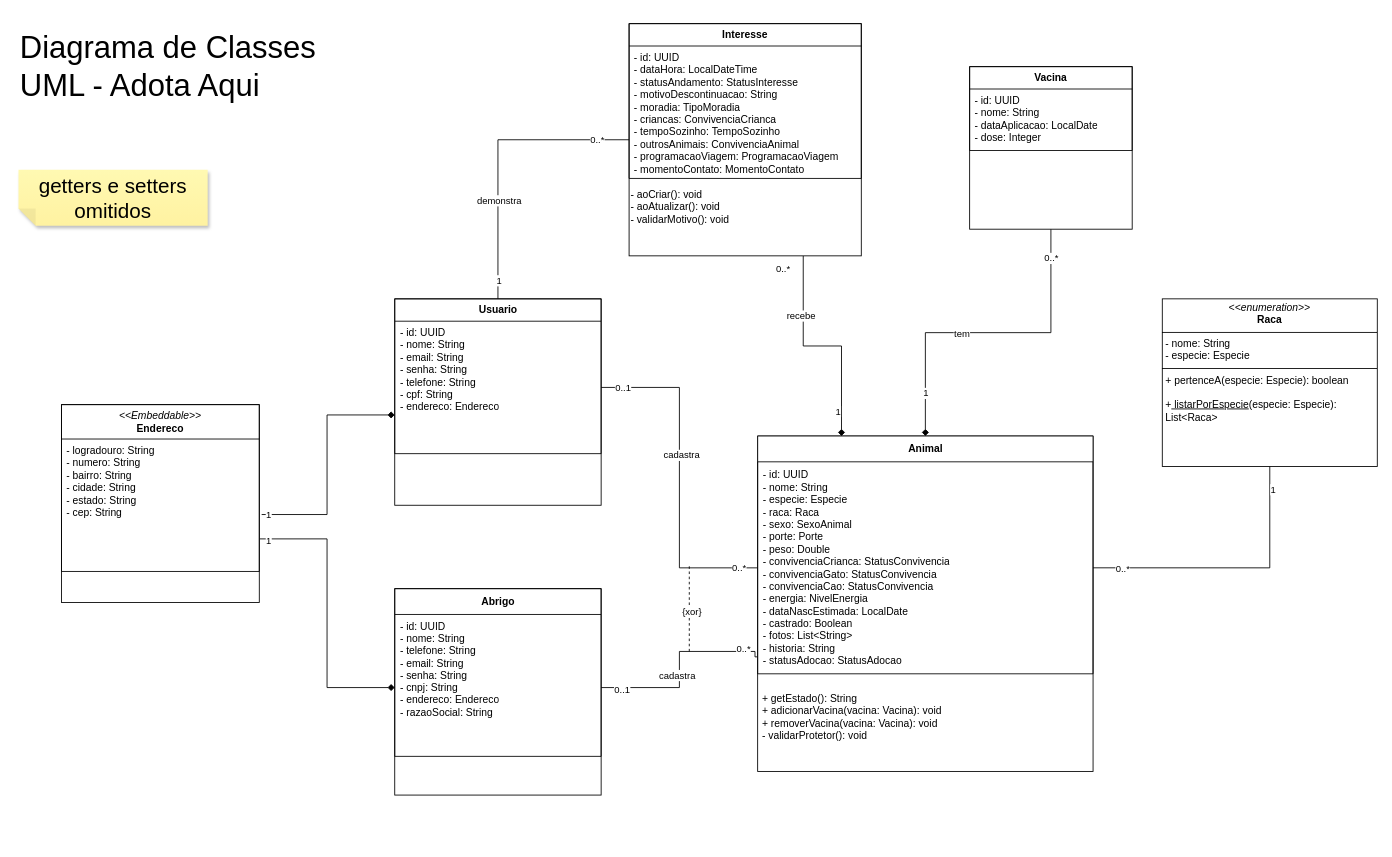
Earlier version of the draw.io diagram page "Diagrama de Classes UML" (1 of 2) of docs/diagramas/diagrama-de-classes-metodos.drawio (HayrineQueirozdeLima/Adota-Aqui). Source tidied: cells renumbered, new cells numbered last; positions are measured from the earlier drawing's top-left corner, leaving out a move shared by most shapes. Both pictures are drawn from the tidied source at 86%, with x=0, y=0 at pixel (18, 15).
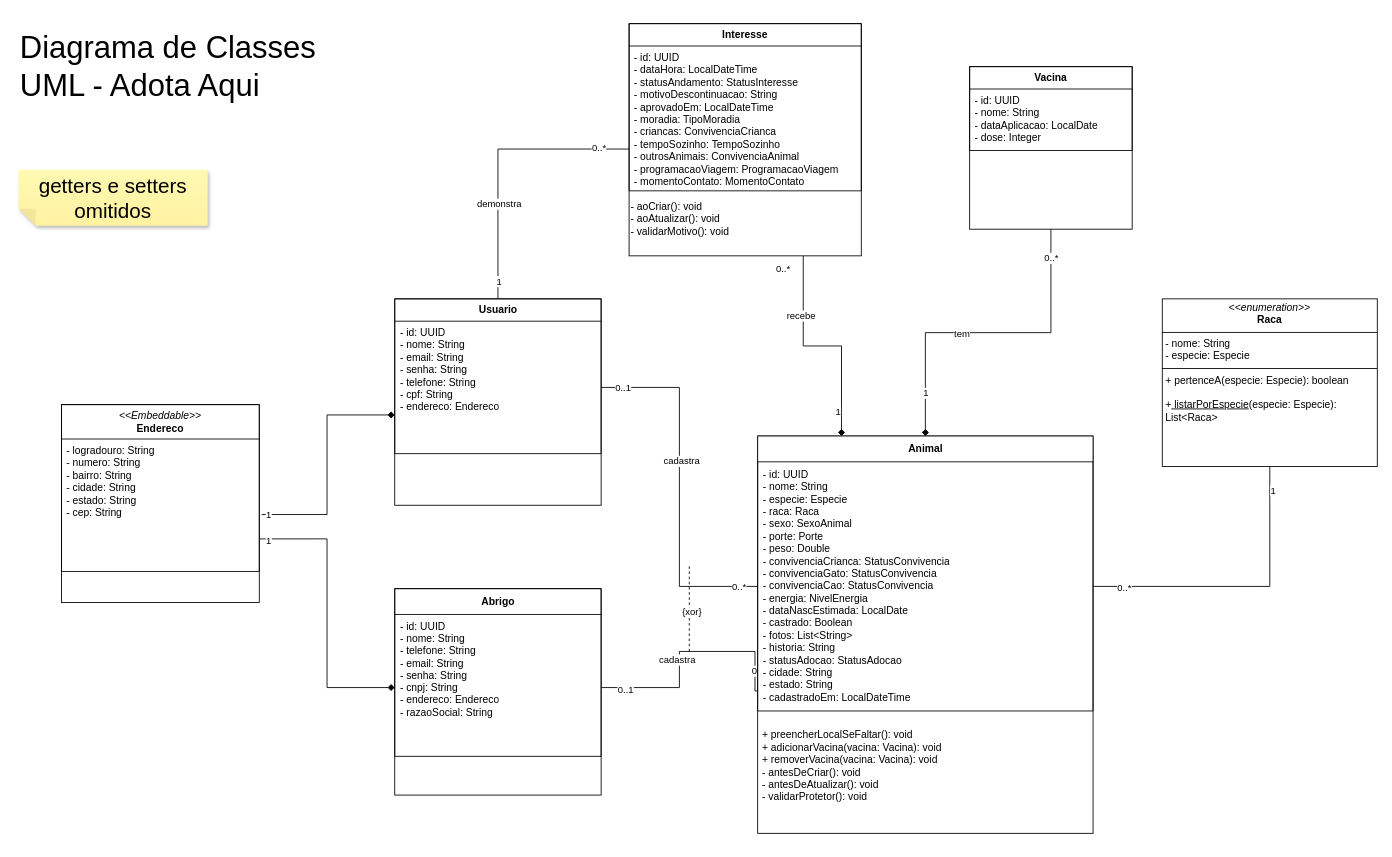
After the change.

Commit message (it also covers changes not shown here):
docs: ERS, casos de uso e diagramas com o local do animal, e as ideias do tutor no fora do escopo

The edit, as a diff of the source:
```diff
@@
     <mxCell id="11" value="&lt;b&gt;Interesse&lt;/b&gt;" style="swimlane;fontStyle=0;horizontal=1;startSize=26;fillColor=none;whiteSpace=wrap;html=1;" parent="1" vertex="1">
-      <mxGeometry x="710" y="10" width="270" height="180" as="geometry" />
+      <mxGeometry x="710" y="10" width="270" height="194.4" as="geometry" />
     </mxCell>
-    <mxCell id="12" value="&lt;div&gt;- id: UUID&lt;/div&gt;&lt;div&gt;- dataHora: LocalDateTime&lt;/div&gt;&lt;div&gt;- statusAndamento: StatusInteresse&lt;/div&gt;&lt;div&gt;- motivoDescontinuacao: String&lt;/div&gt;&lt;div&gt;- moradia: TipoMoradia&lt;/div&gt;&lt;div&gt;- criancas: ConvivenciaCrianca&lt;/div&gt;&lt;div&gt;- tempoSozinho: TempoSozinho&lt;/div&gt;&lt;div&gt;- outrosAnimais: ConvivenciaAnimal&lt;/div&gt;&lt;div&gt;- programacaoViagem: ProgramacaoViagem&lt;/div&gt;&lt;div&gt;- momentoContato: MomentoContato&lt;/div&gt;" style="text;strokeColor=none;fillColor=none;align=left;verticalAlign=top;spacingLeft=4;spacingRight=4;overflow=hidden;whiteSpace=wrap;html=1;" parent="11" vertex="1">
-      <mxGeometry y="26" width="270" height="154" as="geometry" />
+    <mxCell id="12" value="&lt;div&gt;- id: UUID&lt;/div&gt;&lt;div&gt;- dataHora: LocalDateTime&lt;/div&gt;&lt;div&gt;- statusAndamento: StatusInteresse&lt;/div&gt;&lt;div&gt;- motivoDescontinuacao: String&lt;/div&gt;&lt;div&gt;- aprovadoEm: LocalDateTime&lt;/div&gt;&lt;div&gt;- moradia: TipoMoradia&lt;/div&gt;&lt;div&gt;- criancas: ConvivenciaCrianca&lt;/div&gt;&lt;div&gt;- tempoSozinho: TempoSozinho&lt;/div&gt;&lt;div&gt;- outrosAnimais: ConvivenciaAnimal&lt;/div&gt;&lt;div&gt;- programacaoViagem: ProgramacaoViagem&lt;/div&gt;&lt;div&gt;- momentoContato: MomentoContato&lt;/div&gt;" style="text;strokeColor=none;fillColor=none;align=left;verticalAlign=top;spacingLeft=4;spacingRight=4;overflow=hidden;whiteSpace=wrap;html=1;" parent="11" vertex="1">
+      <mxGeometry y="26" width="270" height="168.4" as="geometry" />
     </mxCell>
     <mxCell id="13" value="&lt;div&gt;- aoCriar(): void&lt;/div&gt;&lt;div&gt;- aoAtualizar(): void&lt;/div&gt;&lt;div&gt;- validarMotivo(): void&lt;/div&gt;" style="text;html=1;whiteSpace=wrap;strokeColor=none;fillColor=none;align=left;verticalAlign=middle;rounded=0;" parent="1" vertex="1">
-      <mxGeometry x="710" y="190" width="260" height="65" as="geometry" />
+      <mxGeometry x="710" y="204.4" width="260" height="65" as="geometry" />
     </mxCell>
@@
     <mxCell id="47" style="group;" parent="1" vertex="1">
-      <mxGeometry x="859.5" y="489.5" width="390" height="400.5" as="geometry" />
+      <mxGeometry x="859.5" y="489.5" width="390" height="472.5" as="geometry" />
     </mxCell>
     <mxCell id="48" style="whiteSpace=wrap;html=1;" parent="47" vertex="1">
-      <mxGeometry width="390" height="390" as="geometry" />
+      <mxGeometry width="390" height="462" as="geometry" />
     </mxCell>
     <mxCell id="49" value="&lt;b&gt;Animal&lt;/b&gt;" style="swimlane;fontStyle=0;horizontal=1;startSize=30;whiteSpace=wrap;html=1;" parent="47" vertex="1">
-      <mxGeometry width="390" height="276.5" as="geometry" />
+      <mxGeometry width="390" height="319.7" as="geometry" />
     </mxCell>
-    <mxCell id="50" value="&lt;div&gt;- id: UUID&lt;/div&gt;&lt;div&gt;- nome: String&lt;/div&gt;&lt;div&gt;- especie: Especie&lt;/div&gt;&lt;div&gt;- raca: Raca&lt;/div&gt;&lt;div&gt;- sexo: SexoAnimal&lt;/div&gt;&lt;div&gt;- porte: Porte&lt;/div&gt;&lt;div&gt;- peso: Double&lt;/div&gt;&lt;div&gt;- convivenciaCrianca: StatusConvivencia&lt;/div&gt;&lt;div&gt;- convivenciaGato: StatusConvivencia&lt;/div&gt;&lt;div&gt;- convivenciaCao: StatusConvivencia&lt;/div&gt;&lt;div&gt;- energia: NivelEnergia&lt;/div&gt;&lt;div&gt;- dataNascEstimada: LocalDate&lt;/div&gt;&lt;div&gt;- castrado: Boolean&lt;/div&gt;&lt;div&gt;- fotos: List&amp;lt;String&amp;gt;&lt;/div&gt;&lt;div&gt;- historia: String&lt;/div&gt;&lt;div&gt;- statusAdocao: StatusAdocao&lt;/div&gt;" style="text;strokeColor=none;fillColor=none;align=left;verticalAlign=middle;spacingLeft=4;spacingRight=4;overflow=hidden;points=[[0,0.5],[1,0.5]];portConstraint=eastwest;whiteSpace=wrap;html=1;" parent="49" vertex="1">
-      <mxGeometry y="30" width="390" height="246.5" as="geometry" />
+    <mxCell id="50" value="&lt;div&gt;- id: UUID&lt;/div&gt;&lt;div&gt;- nome: String&lt;/div&gt;&lt;div&gt;- especie: Especie&lt;/div&gt;&lt;div&gt;- raca: Raca&lt;/div&gt;&lt;div&gt;- sexo: SexoAnimal&lt;/div&gt;&lt;div&gt;- porte: Porte&lt;/div&gt;&lt;div&gt;- peso: Double&lt;/div&gt;&lt;div&gt;- convivenciaCrianca: StatusConvivencia&lt;/div&gt;&lt;div&gt;- convivenciaGato: StatusConvivencia&lt;/div&gt;&lt;div&gt;- convivenciaCao: StatusConvivencia&lt;/div&gt;&lt;div&gt;- energia: NivelEnergia&lt;/div&gt;&lt;div&gt;- dataNascEstimada: LocalDate&lt;/div&gt;&lt;div&gt;- castrado: Boolean&lt;/div&gt;&lt;div&gt;- fotos: List&amp;lt;String&amp;gt;&lt;/div&gt;&lt;div&gt;- historia: String&lt;/div&gt;&lt;div&gt;- statusAdocao: StatusAdocao&lt;/div&gt;&lt;div&gt;- cidade: String&lt;/div&gt;&lt;div&gt;- estado: String&lt;/div&gt;&lt;div&gt;- cadastradoEm: LocalDateTime&lt;/div&gt;" style="text;strokeColor=none;fillColor=none;align=left;verticalAlign=middle;spacingLeft=4;spacingRight=4;overflow=hidden;points=[[0,0.5],[1,0.5]];portConstraint=eastwest;whiteSpace=wrap;html=1;" parent="49" vertex="1">
+      <mxGeometry y="30" width="390" height="289.7" as="geometry" />
     </mxCell>
-    <mxCell id="51" value="&lt;div&gt;+ getEstado(): String&lt;/div&gt;&lt;div style=&quot;&quot;&gt;+ adicionarVacina(vacina: Vacina): void&lt;/div&gt;&lt;div&gt;+ removerVacina(vacina: Vacina): void&lt;/div&gt;&lt;div&gt;- validarProtetor(): void&lt;/div&gt;" style="text;align=left;fontStyle=0;verticalAlign=middle;spacingLeft=3;spacingRight=3;strokeColor=none;html=1;" parent="47" vertex="1">
-      <mxGeometry y="276.2" width="390" height="100.1" as="geometry" />
+    <mxCell id="51" value="&lt;div&gt;+ preencherLocalSeFaltar(): void&lt;/div&gt;&lt;div style=&quot;&quot;&gt;+ adicionarVacina(vacina: Vacina): void&lt;/div&gt;&lt;div&gt;+ removerVacina(vacina: Vacina): void&lt;/div&gt;&lt;div&gt;- antesDeCriar(): void&lt;/div&gt;&lt;div&gt;- antesDeAtualizar(): void&lt;/div&gt;&lt;div&gt;- validarProtetor(): void&lt;/div&gt;" style="text;align=left;fontStyle=0;verticalAlign=middle;spacingLeft=3;spacingRight=3;strokeColor=none;html=1;" parent="47" vertex="1">
+      <mxGeometry y="319.4" width="390" height="128.9" as="geometry" />
     </mxCell>
```
